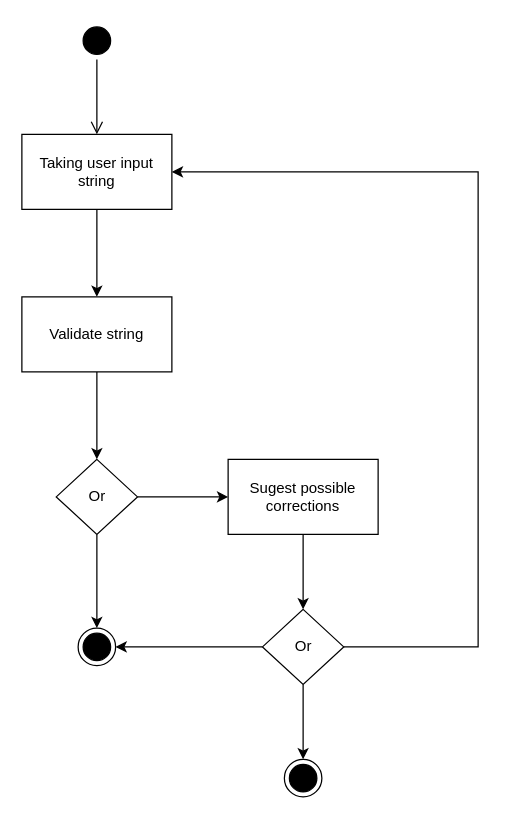
Above: diagrams/M1.drawio in whzd/thesis (draw.io), before the change. Source tidied: cells renumbered, new cells numbered last; positions are measured from the earlier drawing's top-left corner, leaving out a move shared by most shapes. Both pictures are drawn from the tidied source at 125%, with x=0, y=0 at pixel (21, 21).
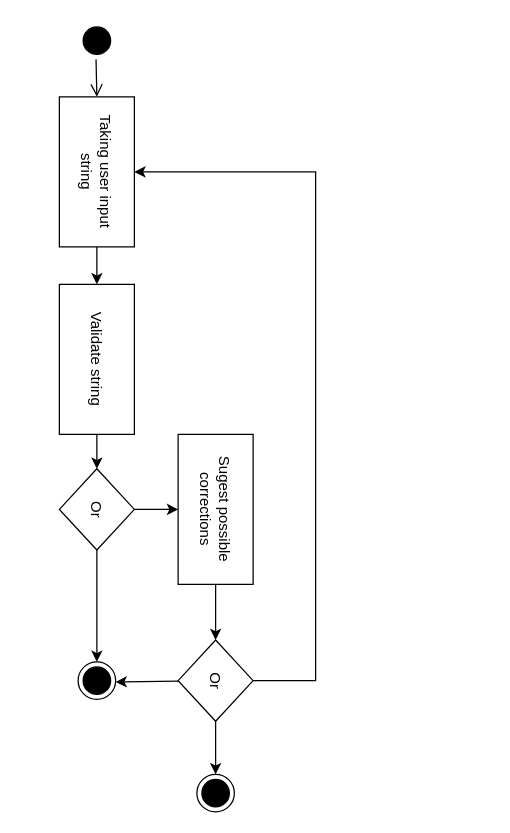
The same page after the edit.

Diff of the diagram source:
```diff
@@
-    <mxCell id="2" style="ellipse;html=1;shape=startState;fillColor=#000000;strokeColor=#000000;" parent="1" vertex="1">
+    <mxCell id="2" style="ellipse;html=1;shape=startState;fillColor=#000000;strokeColor=#000000;rotation=90;" parent="1" vertex="1">
       <mxGeometry x="45" width="30" height="30" as="geometry" />
     </mxCell>
-    <mxCell id="3" style="edgeStyle=orthogonalEdgeStyle;html=1;verticalAlign=bottom;endArrow=open;endSize=8;strokeColor=#000000;" parent="1" edge="1" source="2" target="6">
+    <mxCell id="3" style="edgeStyle=orthogonalEdgeStyle;html=1;verticalAlign=bottom;endArrow=open;endSize=8;strokeColor=#000000;rotation=90;" parent="1" edge="1" source="2" target="6">
       <mxGeometry relative="1" as="geometry" />
     </mxCell>
-    <mxCell id="4" style="ellipse;html=1;shape=endState;fillColor=#000000;strokeColor=#000000;" parent="1" vertex="1">
-      <mxGeometry x="45" y="485" width="30" height="30" as="geometry" />
+    <mxCell id="4" style="ellipse;html=1;shape=endState;fillColor=#000000;strokeColor=#000000;rotation=90;" parent="1" vertex="1">
+      <mxGeometry x="45" y="512" width="30" height="30" as="geometry" />
     </mxCell>
-    <mxCell id="5" style="edgeStyle=orthogonalEdgeStyle;rounded=0;jettySize=auto;html=1;strokeColor=#000000;" parent="1" edge="1" source="6" target="8">
+    <mxCell id="5" style="edgeStyle=orthogonalEdgeStyle;rounded=0;jettySize=auto;html=1;strokeColor=#000000;rotation=90;" parent="1" edge="1" source="6" target="8">
       <mxGeometry relative="1" as="geometry" />
     </mxCell>
-    <mxCell id="6" value="Taking user input string" style="rounded=0;whiteSpace=wrap;html=1;strokeColor=#000000;fillColor=#FFFFFF;" parent="1" vertex="1">
+    <mxCell id="6" value="Taking user input string" style="rounded=0;whiteSpace=wrap;html=1;strokeColor=#000000;fillColor=#FFFFFF;rotation=90;" parent="1" vertex="1">
       <mxGeometry y="90" width="120" height="60" as="geometry" />
     </mxCell>
-    <mxCell id="7" style="edgeStyle=orthogonalEdgeStyle;rounded=0;jettySize=auto;html=1;strokeColor=#000000;" parent="1" edge="1" source="8" target="11">
+    <mxCell id="7" style="edgeStyle=orthogonalEdgeStyle;rounded=0;jettySize=auto;html=1;strokeColor=#000000;rotation=90;" parent="1" edge="1" source="8" target="11">
       <mxGeometry relative="1" as="geometry" />
     </mxCell>
-    <mxCell id="8" value="Validate string" style="rounded=0;whiteSpace=wrap;html=1;strokeColor=#000000;fillColor=#FFFFFF;" parent="1" vertex="1">
-      <mxGeometry y="220" width="120" height="60" as="geometry" />
+    <mxCell id="8" value="Validate string" style="rounded=0;whiteSpace=wrap;html=1;strokeColor=#000000;fillColor=#FFFFFF;rotation=90;" parent="1" vertex="1">
+      <mxGeometry y="240" width="120" height="60" as="geometry" />
     </mxCell>
-    <mxCell id="9" style="edgeStyle=orthogonalEdgeStyle;rounded=0;jettySize=auto;html=1;strokeColor=#000000;" parent="1" edge="1" source="11" target="4">
+    <mxCell id="9" style="edgeStyle=orthogonalEdgeStyle;rounded=0;jettySize=auto;html=1;strokeColor=#000000;rotation=90;" parent="1" edge="1" source="11" target="4">
       <mxGeometry relative="1" as="geometry" />
     </mxCell>
-    <mxCell id="10" style="edgeStyle=orthogonalEdgeStyle;rounded=0;jettySize=auto;html=1;strokeColor=#000000;" parent="1" edge="1" source="11" target="13">
+    <mxCell id="10" style="edgeStyle=orthogonalEdgeStyle;rounded=0;jettySize=auto;html=1;strokeColor=#000000;rotation=90;" parent="1" edge="1" source="11" target="13">
       <mxGeometry relative="1" as="geometry" />
     </mxCell>
-    <mxCell id="11" value="Or" style="rhombus;whiteSpace=wrap;html=1;strokeColor=#000000;fillColor=#FFFFFF;" parent="1" vertex="1">
-      <mxGeometry x="27.5" y="350" width="65" height="60" as="geometry" />
+    <mxCell id="11" value="Or" style="rhombus;whiteSpace=wrap;html=1;strokeColor=#000000;fillColor=#FFFFFF;rotation=90;" parent="1" vertex="1">
+      <mxGeometry x="27.5" y="360" width="65" height="60" as="geometry" />
     </mxCell>
-    <mxCell id="12" style="edgeStyle=orthogonalEdgeStyle;rounded=0;jettySize=auto;html=1;" parent="1" edge="1" source="13" target="17">
+    <mxCell id="12" style="edgeStyle=orthogonalEdgeStyle;rounded=0;jettySize=auto;html=1;rotation=90;" parent="1" edge="1" source="13" target="17">
       <mxGeometry relative="1" as="geometry" />
     </mxCell>
-    <mxCell id="13" value="Sugest possible corrections" style="rounded=0;whiteSpace=wrap;html=1;strokeColor=#000000;fillColor=#FFFFFF;" parent="1" vertex="1">
-      <mxGeometry x="165" y="350" width="120" height="60" as="geometry" />
+    <mxCell id="13" value="Sugest possible corrections" style="rounded=0;whiteSpace=wrap;html=1;strokeColor=#000000;fillColor=#FFFFFF;rotation=90;" parent="1" vertex="1">
+      <mxGeometry x="95" y="360" width="120" height="60" as="geometry" />
     </mxCell>
-    <mxCell id="14" style="edgeStyle=orthogonalEdgeStyle;rounded=0;jettySize=auto;html=1;" parent="1" edge="1" source="17" target="18">
+    <mxCell id="14" style="edgeStyle=orthogonalEdgeStyle;rounded=0;jettySize=auto;html=1;rotation=90;" parent="1" edge="1" source="17" target="18">
       <mxGeometry relative="1" as="geometry" />
     </mxCell>
-    <mxCell id="15" style="edgeStyle=orthogonalEdgeStyle;rounded=0;jettySize=auto;html=1;" parent="1" edge="1" source="17" target="4">
+    <mxCell id="15" style="edgeStyle=orthogonalEdgeStyle;rounded=0;jettySize=auto;html=1;rotation=90;" parent="1" edge="1" source="17" target="4">
       <mxGeometry relative="1" as="geometry" />
     </mxCell>
     <mxCell id="16" style="edgeStyle=orthogonalEdgeStyle;rounded=0;jettySize=auto;html=1;" parent="1" edge="1" source="17" target="6">
       <mxGeometry relative="1" as="geometry">
         <Array as="points">
-          <mxPoint x="365" y="500" />
-          <mxPoint x="365" y="120" />
+          <mxPoint x="235" y="527" />
+          <mxPoint x="235" y="120" />
         </Array>
       </mxGeometry>
     </mxCell>
-    <mxCell id="17" value="Or" style="rhombus;whiteSpace=wrap;html=1;strokeColor=#000000;fillColor=#FFFFFF;" parent="1" vertex="1">
-      <mxGeometry x="192.5" y="470" width="65" height="60" as="geometry" />
+    <mxCell id="17" value="Or" style="rhombus;whiteSpace=wrap;html=1;strokeColor=#000000;fillColor=#FFFFFF;rotation=90;" parent="1" vertex="1">
+      <mxGeometry x="122.5" y="497" width="65" height="60" as="geometry" />
     </mxCell>
-    <mxCell id="18" style="ellipse;html=1;shape=endState;fillColor=#000000;strokeColor=#000000;" parent="1" vertex="1">
-      <mxGeometry x="210" y="590" width="30" height="30" as="geometry" />
+    <mxCell id="18" style="ellipse;html=1;shape=endState;fillColor=#000000;strokeColor=#000000;rotation=90;" parent="1" vertex="1">
+      <mxGeometry x="140" y="602" width="30" height="30" as="geometry" />
     </mxCell>
```
